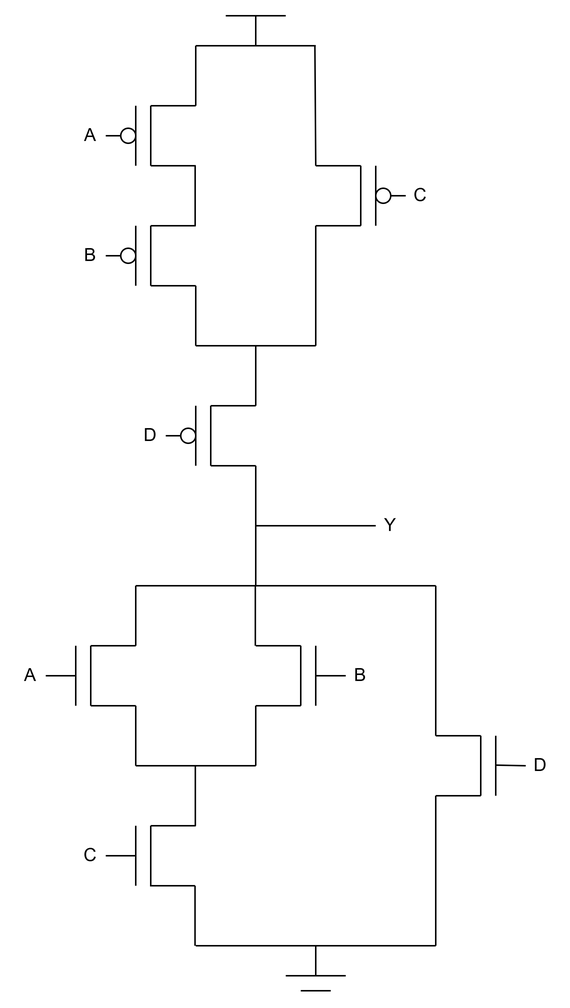
Earlier version of the draw.io export 4/images/problem2_static_cmos.png (osowatzke/ECE507_HW). Source tidied: cells renumbered, new cells last; positions are measured from the earlier drawing's top-left corner, leaving out a move shared by most shapes.
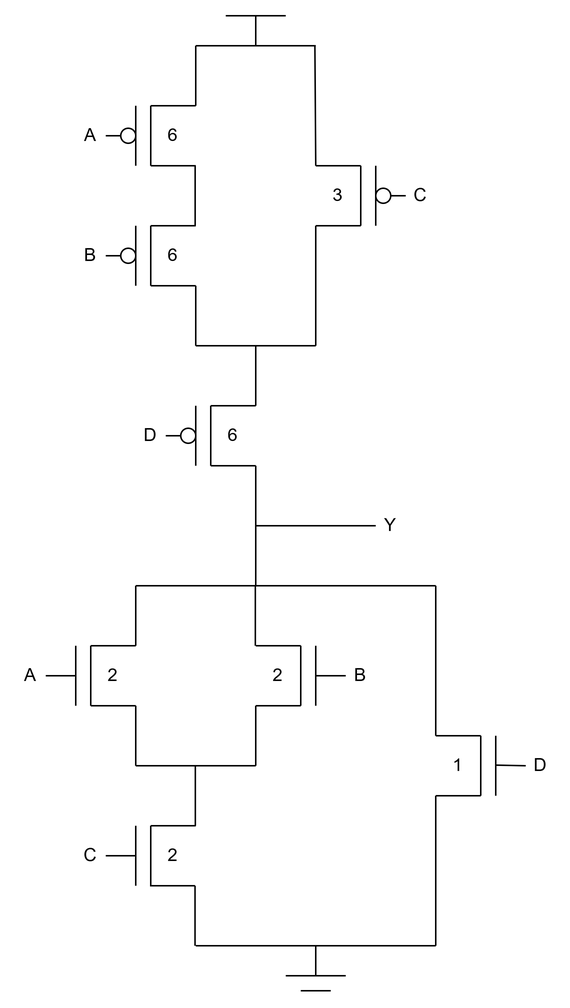
Later version of the same file.

Change to the diagram source:
```diff
@@ -29,6 +29,9 @@
         <mxPoint x="10" y="40" as="targetPoint" />
       </mxGeometry>
     </mxCell>
+    <mxCell id="89" value="2" style="text;html=1;align=center;verticalAlign=middle;whiteSpace=wrap;rounded=0;" parent="2" vertex="1">
+      <mxGeometry x="10" y="10" width="30" height="20" as="geometry" />
+    </mxCell>
     <mxCell id="7" style="group;" parent="1" vertex="1">
       <mxGeometry x="80" y="540" width="40" height="40" as="geometry" />
     </mxCell>
@@ -50,6 +53,9 @@
         <mxPoint x="10" as="targetPoint" />
       </mxGeometry>
     </mxCell>
+    <mxCell id="90" value="2" style="text;html=1;align=center;verticalAlign=middle;whiteSpace=wrap;rounded=0;" parent="7" vertex="1">
+      <mxGeometry x="10" y="10" width="30" height="20" as="geometry" />
+    </mxCell>
     <mxCell id="11" style="group;rotation=-180;" parent="1" vertex="1">
       <mxGeometry x="160" y="420" width="40" height="40" as="geometry" />
     </mxCell>
@@ -77,6 +83,9 @@
         <mxPoint x="30" as="targetPoint" />
       </mxGeometry>
     </mxCell>
+    <mxCell id="91" value="2" style="text;html=1;align=center;verticalAlign=middle;whiteSpace=wrap;rounded=0;" parent="11" vertex="1">
+      <mxGeometry y="10" width="30" height="20" as="geometry" />
+    </mxCell>
     <mxCell id="16" style="group;" parent="1" vertex="1">
       <mxGeometry x="70" y="140" width="50" height="40" as="geometry" />
     </mxCell>
@@ -107,6 +116,9 @@
     <mxCell id="21" style="ellipse;whiteSpace=wrap;html=1;" parent="16" vertex="1">
       <mxGeometry y="15" width="10" height="10" as="geometry" />
     </mxCell>
+    <mxCell id="92" value="6" style="text;html=1;align=center;verticalAlign=middle;whiteSpace=wrap;rounded=0;" parent="16" vertex="1">
+      <mxGeometry x="20" y="10" width="30" height="20" as="geometry" />
+    </mxCell>
     <mxCell id="22" style="group;" parent="1" vertex="1">
       <mxGeometry x="70" y="60" width="50" height="40" as="geometry" />
     </mxCell>
@@ -137,6 +149,9 @@
     <mxCell id="27" style="ellipse;whiteSpace=wrap;html=1;" parent="22" vertex="1">
       <mxGeometry y="15" width="10" height="10" as="geometry" />
     </mxCell>
+    <mxCell id="93" value="6" style="text;html=1;align=center;verticalAlign=middle;whiteSpace=wrap;rounded=0;" parent="22" vertex="1">
+      <mxGeometry x="20" y="10" width="30" height="20" as="geometry" />
+    </mxCell>
     <mxCell id="28" style="group;rotation=-180;" parent="1" vertex="1">
       <mxGeometry x="200" y="100" width="50" height="40" as="geometry" />
     </mxCell>
@@ -167,6 +182,9 @@
     <mxCell id="33" style="ellipse;whiteSpace=wrap;html=1;rotation=-180;" parent="28" vertex="1">
       <mxGeometry x="40" y="15" width="10" height="10" as="geometry" />
     </mxCell>
+    <mxCell id="94" value="3" style="text;html=1;align=center;verticalAlign=middle;whiteSpace=wrap;rounded=0;" parent="28" vertex="1">
+      <mxGeometry y="10" width="30" height="20" as="geometry" />
+    </mxCell>
     <mxCell id="34" style="endArrow=none;html=1;rounded=0;" parent="1" edge="1">
       <mxGeometry relative="1" as="geometry">
         <mxPoint x="160" y="380" as="sourcePoint" />
@@ -363,6 +381,9 @@
         <mxPoint x="30" as="targetPoint" />
       </mxGeometry>
     </mxCell>
+    <mxCell id="95" value="1" style="text;html=1;align=center;verticalAlign=middle;whiteSpace=wrap;rounded=0;" parent="66" vertex="1">
+      <mxGeometry y="10" width="30" height="20" as="geometry" />
+    </mxCell>
     <mxCell id="71" style="endArrow=none;html=1;rounded=0;" parent="1" edge="1">
       <mxGeometry relative="1" as="geometry">
         <mxPoint x="340" y="500" as="sourcePoint" />
@@ -444,6 +465,9 @@
     <mxCell id="85" style="ellipse;whiteSpace=wrap;html=1;" parent="80" vertex="1">
       <mxGeometry y="15" width="10" height="10" as="geometry" />
     </mxCell>
+    <mxCell id="96" value="6" style="text;html=1;align=center;verticalAlign=middle;whiteSpace=wrap;rounded=0;" parent="80" vertex="1">
+      <mxGeometry x="20" y="10" width="30" height="20" as="geometry" />
+    </mxCell>
     <mxCell id="86" style="endArrow=none;html=1;rounded=0;entryX=0;entryY=0.5;entryDx=0;entryDy=0;" parent="1" edge="1" target="85">
       <mxGeometry relative="1" as="geometry">
         <mxPoint x="100" y="280" as="sourcePoint" />
```
